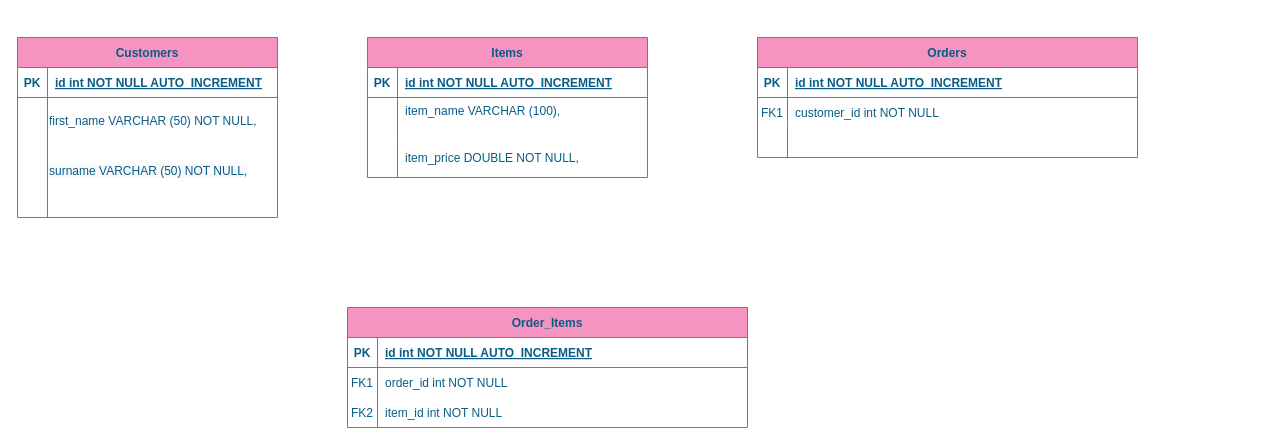
Above: ERD-ims.drawio in AChaffey/IMS-FIRST-PROJECT (draw.io), before the change. Source tidied: cells renumbered, new cells numbered last; positions are measured from the earlier drawing's top-left corner, leaving out a move shared by most shapes. Both pictures are drawn from the tidied source at 100%, with x=0, y=0 at pixel (17, 37).
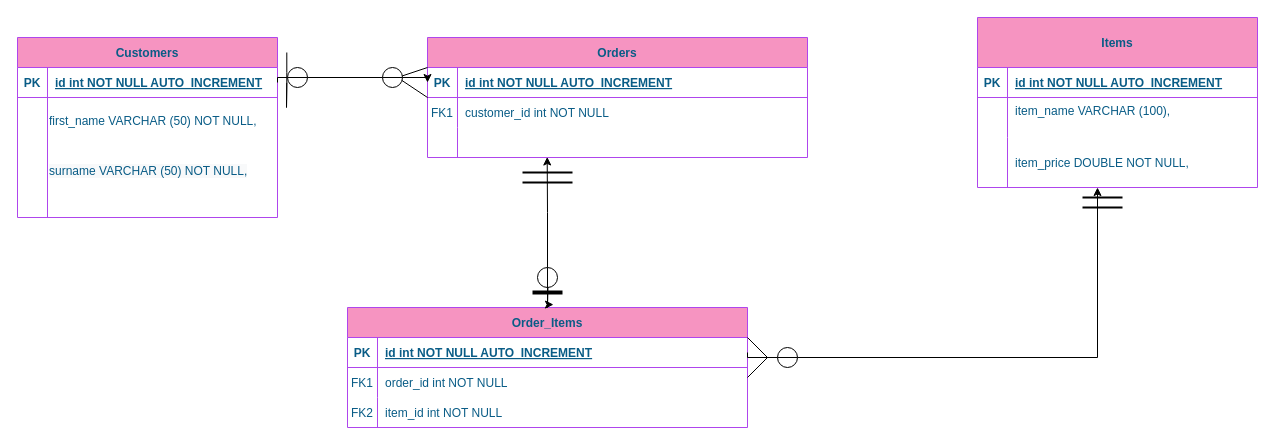
After the change.

The change refers to these unchanged cells:
```xml
<mxCell id="12" value="Order_Items" style="shape=table;startSize=30;childLayout=tableLayout;rowLines=0;fontStyle=1;align=center;fillColor=#F694C1;strokeColor=#AF45ED;fontColor=#095C86;" parent="1" vertex="1">
  <mxGeometry x="330" y="270" width="400" height="120" as="geometry" />
</mxCell>
<mxCell id="13" style="shape=partialRectangle;fillColor=none;points=[[0,0.5],[1,0.5]];portConstraint=eastwest;top=0;left=0;right=0;bottom=1;strokeColor=#AF45ED;fontColor=#095C86;" parent="12" vertex="1">
  <mxGeometry y="30" width="400" height="30" as="geometry" />
</mxCell>
<mxCell id="23" style="shape=partialRectangle;fillColor=none;points=[[0,0.5],[1,0.5]];portConstraint=eastwest;top=0;left=0;right=0;bottom=1;strokeColor=#AF45ED;fontColor=#095C86;" parent="22" vertex="1">
  <mxGeometry y="30" width="260" height="30" as="geometry" />
</mxCell>
<mxCell id="30" style="shape=partialRectangle;fillColor=none;points=[[0,0.5],[1,0.5]];portConstraint=eastwest;top=0;left=0;right=0;bottom=1;strokeColor=#AF45ED;fontColor=#095C86;" parent="29" vertex="1">
  <mxGeometry y="30" width="380" height="30" as="geometry" />
</mxCell>
<mxCell id="36" style="shape=partialRectangle;fillColor=none;points=[[0,0.5],[1,0.5]];portConstraint=eastwest;top=0;left=0;right=0;bottom=0;strokeColor=#AF45ED;fontColor=#095C86;" parent="29" vertex="1">
  <mxGeometry y="90" width="380" height="30" as="geometry" />
</mxCell>
```

The edit, as a diff of the source:
```diff
@@
-    <mxCell id="2" value="Items" style="shape=table;startSize=30;childLayout=tableLayout;rowLines=0;fontStyle=1;align=center;fillColor=#F694C1;strokeColor=#AF45ED;fontColor=#095C86;" parent="1" vertex="1">
-      <mxGeometry x="350" width="280" height="140" as="geometry" />
+    <mxCell id="2" value="Items" style="shape=table;startSize=50;childLayout=tableLayout;rowLines=0;fontStyle=1;align=center;fillColor=#F694C1;strokeColor=#AF45ED;fontColor=#095C86;" parent="1" vertex="1">
+      <mxGeometry x="960" y="-20" width="280" height="170" as="geometry" />
     </mxCell>
     <mxCell id="3" style="shape=partialRectangle;fillColor=none;top=0;left=0;right=0;bottom=1;strokeColor=#AF45ED;fontColor=#095C86;" parent="2" vertex="1">
-      <mxGeometry y="30" width="280" height="30" as="geometry" />
+      <mxGeometry y="50" width="280" height="30" as="geometry" />
     </mxCell>
@@
     <mxCell id="6" style="shape=partialRectangle;fillColor=none;top=0;left=0;right=0;bottom=0;strokeColor=#AF45ED;fontColor=#095C86;" parent="2" vertex="1">
-      <mxGeometry y="60" width="280" height="40" as="geometry" />
+      <mxGeometry y="80" width="280" height="40" as="geometry" />
     </mxCell>
@@
     <mxCell id="9" style="shape=partialRectangle;fillColor=none;top=0;left=0;right=0;bottom=0;strokeColor=#AF45ED;fontColor=#095C86;" parent="2" vertex="1">
-      <mxGeometry y="100" width="280" height="40" as="geometry" />
+      <mxGeometry y="120" width="280" height="50" as="geometry" />
     </mxCell>
     <mxCell id="10" style="shape=partialRectangle;overflow=hidden;fillColor=none;top=0;left=0;bottom=0;right=0;strokeColor=#AF45ED;fontColor=#095C86;" parent="9" vertex="1">
-      <mxGeometry width="30" height="40" as="geometry" />
+      <mxGeometry width="30" height="50" as="geometry" />
     </mxCell>
     <mxCell id="11" value="item_price DOUBLE NOT NULL," style="shape=partialRectangle;overflow=hidden;fillColor=none;top=0;left=0;bottom=0;right=0;align=left;spacingLeft=6;strokeColor=#AF45ED;fontColor=#095C86;verticalAlign=middle;" parent="9" vertex="1">
-      <mxGeometry x="30" width="250" height="40" as="geometry" />
+      <mxGeometry x="30" width="250" height="50" as="geometry" />
     </mxCell>
+    <mxCell id="42" style="edgeStyle=orthogonalEdgeStyle;rounded=0;jettySize=auto;html=1;exitX=0.5;exitY=0;exitDx=0;exitDy=0;entryX=0.315;entryY=0.983;entryDx=0;entryDy=0;entryPerimeter=0;startArrow=none;" parent="1" edge="1" source="55" target="36">
+      <mxGeometry relative="1" as="geometry" />
+    </mxCell>
@@
     <mxCell id="29" value="Orders" style="shape=table;startSize=30;childLayout=tableLayout;rowLines=0;fontStyle=1;align=center;fillColor=#F694C1;strokeColor=#AF45ED;fontColor=#095C86;" parent="1" vertex="1">
-      <mxGeometry x="740" width="380" height="120" as="geometry" />
+      <mxGeometry x="410" width="380" height="120" as="geometry" />
     </mxCell>
@@
-    <mxCell id="40" value="&lt;br style=&quot;padding: 0px; margin: 0px;&quot;&gt;&lt;br style=&quot;padding: 0px; margin: 0px;&quot;&gt;&lt;br style=&quot;padding: 0px; margin: 0px;&quot;&gt;" style="text;whiteSpace=wrap;html=1;fontColor=#095C86;" parent="1" vertex="1">
-      <mxGeometry x="20" y="270" width="240" height="30" as="geometry" />
-    </mxCell>
@@
+    <mxCell id="43" style="endArrow=none;html=1;rounded=0;" parent="1" edge="1">
+      <mxGeometry relative="1" as="geometry">
+        <mxPoint x="410" y="60" as="sourcePoint" />
+        <mxPoint x="410" y="30" as="targetPoint" />
+        <Array as="points">
+          <mxPoint x="410" y="60" />
+          <mxPoint x="380" y="40" />
+        </Array>
+      </mxGeometry>
+    </mxCell>
+    <mxCell id="44" style="endArrow=none;html=1;rounded=0;" parent="1" edge="1">
+      <mxGeometry relative="1" as="geometry">
+        <mxPoint x="269.3" y="45" as="sourcePoint" />
+        <mxPoint x="269.3" y="15" as="targetPoint" />
+        <Array as="points">
+          <mxPoint x="269" y="70" />
+          <mxPoint x="269.3" y="45" />
+          <mxPoint x="269.3" y="35" />
+        </Array>
+      </mxGeometry>
+    </mxCell>
+    <mxCell id="45" style="edgeStyle=orthogonalEdgeStyle;rounded=0;jettySize=auto;html=1;exitX=1;exitY=0.5;exitDx=0;exitDy=0;entryX=0;entryY=0.5;entryDx=0;entryDy=0;" parent="1" edge="1" source="23" target="30">
+      <mxGeometry relative="1" as="geometry">
+        <Array as="points">
+          <mxPoint x="260" y="40" />
+          <mxPoint x="410" y="40" />
+        </Array>
+      </mxGeometry>
+    </mxCell>
+    <mxCell id="46" style="line;strokeWidth=2;html=1;" parent="1" vertex="1">
+      <mxGeometry x="505" y="140" width="50" height="10" as="geometry" />
+    </mxCell>
+    <mxCell id="47" style="line;strokeWidth=2;html=1;" parent="1" vertex="1">
+      <mxGeometry x="505" y="130" width="50" height="10" as="geometry" />
+    </mxCell>
+    <mxCell id="48" style="edgeStyle=orthogonalEdgeStyle;rounded=0;jettySize=auto;html=1;exitX=1;exitY=0.5;exitDx=0;exitDy=0;" parent="1" edge="1" source="13">
+      <mxGeometry relative="1" as="geometry">
+        <mxPoint x="1080" y="150" as="targetPoint" />
+        <Array as="points">
+          <mxPoint x="730" y="320" />
+          <mxPoint x="1080" y="320" />
+        </Array>
+      </mxGeometry>
+    </mxCell>
+    <mxCell id="49" style="endArrow=none;html=1;rounded=0;" parent="1" edge="1">
+      <mxGeometry relative="1" as="geometry">
+        <mxPoint x="730" y="340" as="sourcePoint" />
+        <mxPoint x="730" y="300" as="targetPoint" />
+        <Array as="points">
+          <mxPoint x="750" y="320" />
+        </Array>
+      </mxGeometry>
+    </mxCell>
+    <mxCell id="50" style="line;strokeWidth=2;direction=south;html=1;rotation=90;" parent="1" vertex="1">
+      <mxGeometry x="1080" y="140" width="10" height="40" as="geometry" />
+    </mxCell>
+    <mxCell id="51" style="line;strokeWidth=2;direction=south;html=1;rotation=90;" parent="1" vertex="1">
+      <mxGeometry x="1080" y="150" width="10" height="40" as="geometry" />
+    </mxCell>
+    <mxCell id="52" style="shape=lineEllipse;line=vertical;perimeter=ellipsePerimeter;whiteSpace=wrap;html=1;backgroundOutline=1;rotation=90;" parent="1" vertex="1">
+      <mxGeometry x="270" y="30" width="20" height="20" as="geometry" />
+    </mxCell>
+    <mxCell id="53" style="shape=lineEllipse;line=vertical;perimeter=ellipsePerimeter;whiteSpace=wrap;html=1;backgroundOutline=1;rotation=90;" parent="1" vertex="1">
+      <mxGeometry x="365" y="30" width="20" height="20" as="geometry" />
+    </mxCell>
+    <mxCell id="54" style="edgeStyle=orthogonalEdgeStyle;rounded=0;jettySize=auto;html=1;entryX=0.515;entryY=-0.024;entryDx=0;entryDy=0;entryPerimeter=0;startArrow=none;" parent="1" edge="1" source="56" target="12">
+      <mxGeometry relative="1" as="geometry">
+        <Array as="points">
+          <mxPoint x="530" y="267" />
+        </Array>
+      </mxGeometry>
+    </mxCell>
+    <mxCell id="55" style="shape=lineEllipse;line=vertical;perimeter=ellipsePerimeter;whiteSpace=wrap;html=1;backgroundOutline=1;rotation=0;" parent="1" vertex="1">
+      <mxGeometry x="520" y="230" width="20" height="20" as="geometry" />
+    </mxCell>
+    <mxCell id="56" style="line;strokeWidth=4;html=1;perimeter=backbonePerimeter;points=[];outlineConnect=0;" parent="1" vertex="1">
+      <mxGeometry x="515" y="250" width="30" height="10" as="geometry" />
+    </mxCell>
+    <mxCell id="57" style="edgeStyle=orthogonalEdgeStyle;rounded=0;jettySize=auto;html=1;entryX=0.515;entryY=-0.024;entryDx=0;entryDy=0;entryPerimeter=0;endArrow=none;" parent="1" edge="1" source="55" target="56">
+      <mxGeometry relative="1" as="geometry" />
+    </mxCell>
+    <mxCell id="58" style="shape=lineEllipse;line=vertical;perimeter=ellipsePerimeter;whiteSpace=wrap;html=1;backgroundOutline=1;rotation=90;" parent="1" vertex="1">
+      <mxGeometry x="760" y="310" width="20" height="20" as="geometry" />
+    </mxCell>
```
